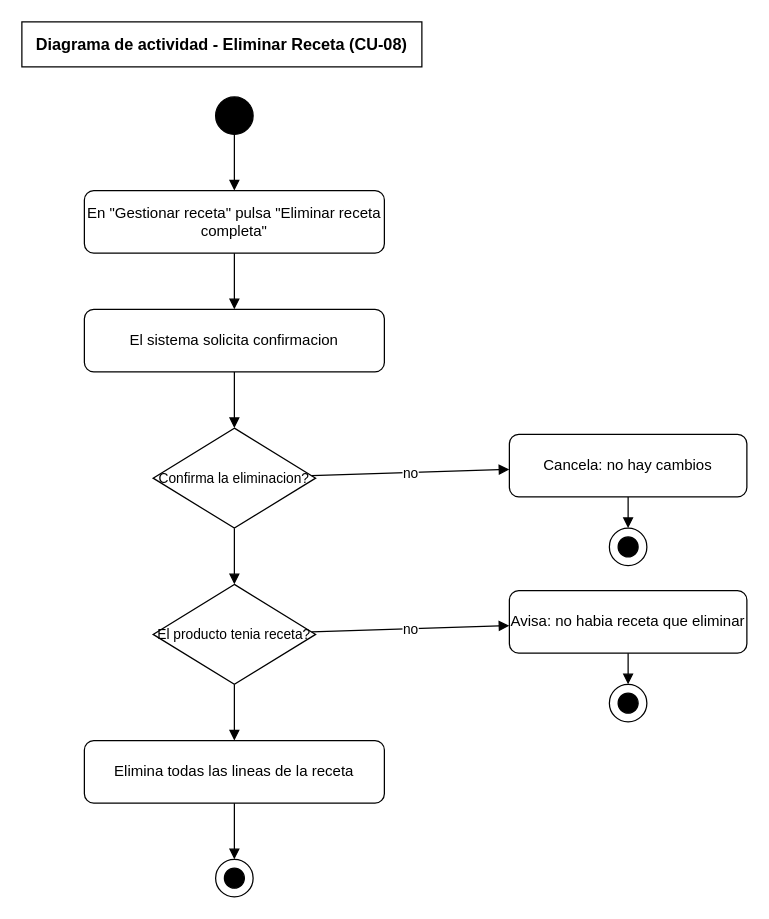
Zarcooh/big-royal-saas keeps this draw.io diagram as docs/diagramas-actividad/CU-08-actividad.drawio. Above is the earlier version. Source tidied: cells renumbered, new cells numbered last; positions are measured from the earlier drawing's top-left corner, leaving out a move shared by most shapes. Both pictures are drawn from the tidied source at 125%, with x=0, y=0 at pixel (21, 21).
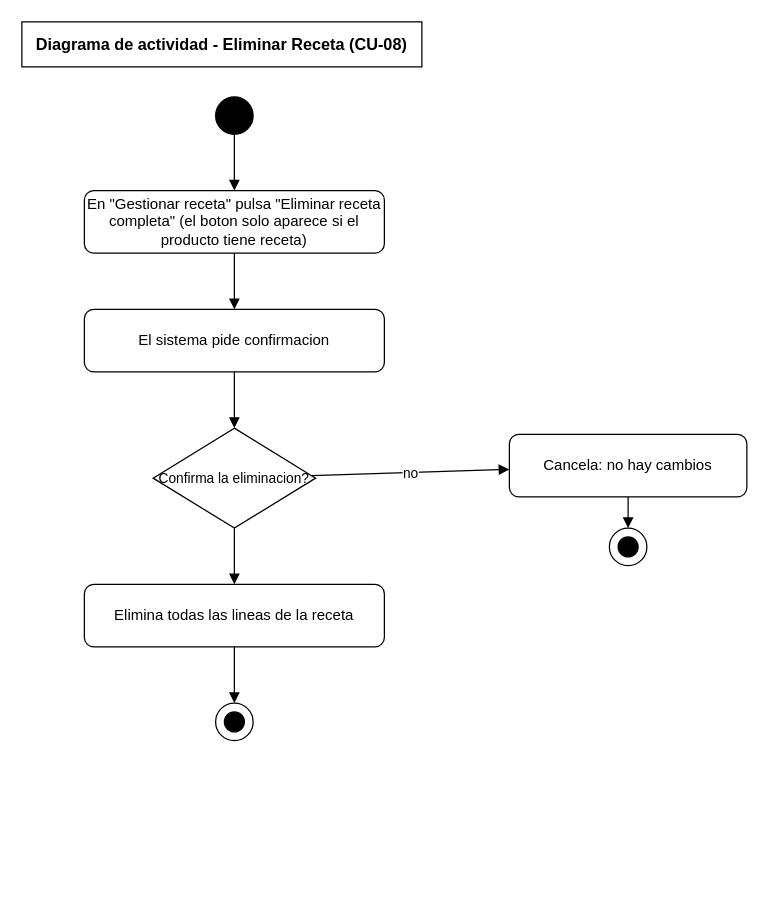
The same page after the edit.

The change refers to these unchanged cells:
```xml
<mxCell id="8" value="Confirma la eliminacion?" style="rhombus;whiteSpace=wrap;html=1;fontSize=11;" parent="1" vertex="1">
  <mxGeometry x="105" y="325" width="130" height="80" as="geometry" />
</mxCell>
```

The edit, as a diff of the source:
```diff
@@
-    <mxCell id="4" value="En &quot;Gestionar receta&quot; pulsa &quot;Eliminar receta completa&quot;" style="rounded=1;whiteSpace=wrap;html=1;fontSize=12;" parent="1" vertex="1">
+    <mxCell id="4" value="En &quot;Gestionar receta&quot; pulsa &quot;Eliminar receta completa&quot; (el boton solo aparece si el producto tiene receta)" style="rounded=1;whiteSpace=wrap;html=1;fontSize=12;" parent="1" vertex="1">
       <mxGeometry x="50" y="135" width="240" height="50" as="geometry" />
     </mxCell>
@@
-    <mxCell id="6" value="El sistema solicita confirmacion" style="rounded=1;whiteSpace=wrap;html=1;fontSize=12;" parent="1" vertex="1">
+    <mxCell id="6" value="El sistema pide confirmacion" style="rounded=1;whiteSpace=wrap;html=1;fontSize=12;" parent="1" vertex="1">
       <mxGeometry x="50" y="230" width="240" height="50" as="geometry" />
     </mxCell>
@@
-    <mxCell id="15" value="El producto tenia receta?" style="rhombus;whiteSpace=wrap;html=1;fontSize=11;" parent="1" vertex="1">
-      <mxGeometry x="105" y="450" width="130" height="80" as="geometry" />
+    <mxCell id="15" value="Elimina todas las lineas de la receta" style="rounded=1;whiteSpace=wrap;html=1;fontSize=12;" parent="1" vertex="1">
+      <mxGeometry x="50" y="450" width="240" height="50" as="geometry" />
     </mxCell>
-    <mxCell id="16" value="Avisa: no habia receta que eliminar" style="rounded=1;whiteSpace=wrap;html=1;fontSize=12;" parent="1" vertex="1">
-      <mxGeometry x="390" y="455" width="190" height="50" as="geometry" />
-    </mxCell>
-    <mxCell id="17" value="no" style="endArrow=block;html=1;rounded=0;" parent="1" edge="1" source="15" target="16">
+    <mxCell id="17" style="endArrow=block;html=1;rounded=0;" parent="1" edge="1" source="8" target="15">
       <mxGeometry relative="1" as="geometry" />
     </mxCell>
-    <mxCell id="18" style="ellipse;fillColor=none;strokeColor=#000000;" parent="1" vertex="1">
-      <mxGeometry x="470" y="530" width="30" height="30" as="geometry" />
-    </mxCell>
-    <mxCell id="19" style="ellipse;fillColor=#000000;strokeColor=#000000;" parent="1" vertex="1">
-      <mxGeometry x="477" y="537" width="16" height="16" as="geometry" />
-    </mxCell>
+    <mxCell id="22" style="ellipse;fillColor=none;strokeColor=#000000;" parent="1" vertex="1">
+      <mxGeometry x="155" y="545" width="30" height="30" as="geometry" />
+    </mxCell>
+    <mxCell id="27" style="ellipse;fillColor=#000000;strokeColor=#000000;" parent="1" vertex="1">
+      <mxGeometry x="162" y="552" width="16" height="16" as="geometry" />
+    </mxCell>
-    <mxCell id="20" style="endArrow=block;html=1;rounded=0;" parent="1" edge="1" source="16" target="18">
+    <mxCell id="20" style="endArrow=block;html=1;rounded=0;" parent="1" edge="1" source="15" target="22">
       <mxGeometry relative="1" as="geometry" />
     </mxCell>
-    <mxCell id="21" style="endArrow=block;html=1;rounded=0;" parent="1" edge="1" source="8" target="15">
-      <mxGeometry relative="1" as="geometry" />
-    </mxCell>
-    <mxCell id="22" value="Elimina todas las lineas de la receta" style="rounded=1;whiteSpace=wrap;html=1;fontSize=12;" parent="1" vertex="1">
-      <mxGeometry x="50" y="575" width="240" height="50" as="geometry" />
-    </mxCell>
-    <mxCell id="23" style="endArrow=block;html=1;rounded=0;" parent="1" edge="1" source="15" target="22">
-      <mxGeometry relative="1" as="geometry" />
-    </mxCell>
-    <mxCell id="24" style="ellipse;fillColor=none;strokeColor=#000000;" parent="1" vertex="1">
-      <mxGeometry x="155" y="670" width="30" height="30" as="geometry" />
-    </mxCell>
-    <mxCell id="25" style="ellipse;fillColor=#000000;strokeColor=#000000;" parent="1" vertex="1">
-      <mxGeometry x="162" y="677" width="16" height="16" as="geometry" />
-    </mxCell>
-    <mxCell id="26" style="endArrow=block;html=1;rounded=0;" parent="1" edge="1" source="22" target="24">
-      <mxGeometry relative="1" as="geometry" />
-    </mxCell>
```
